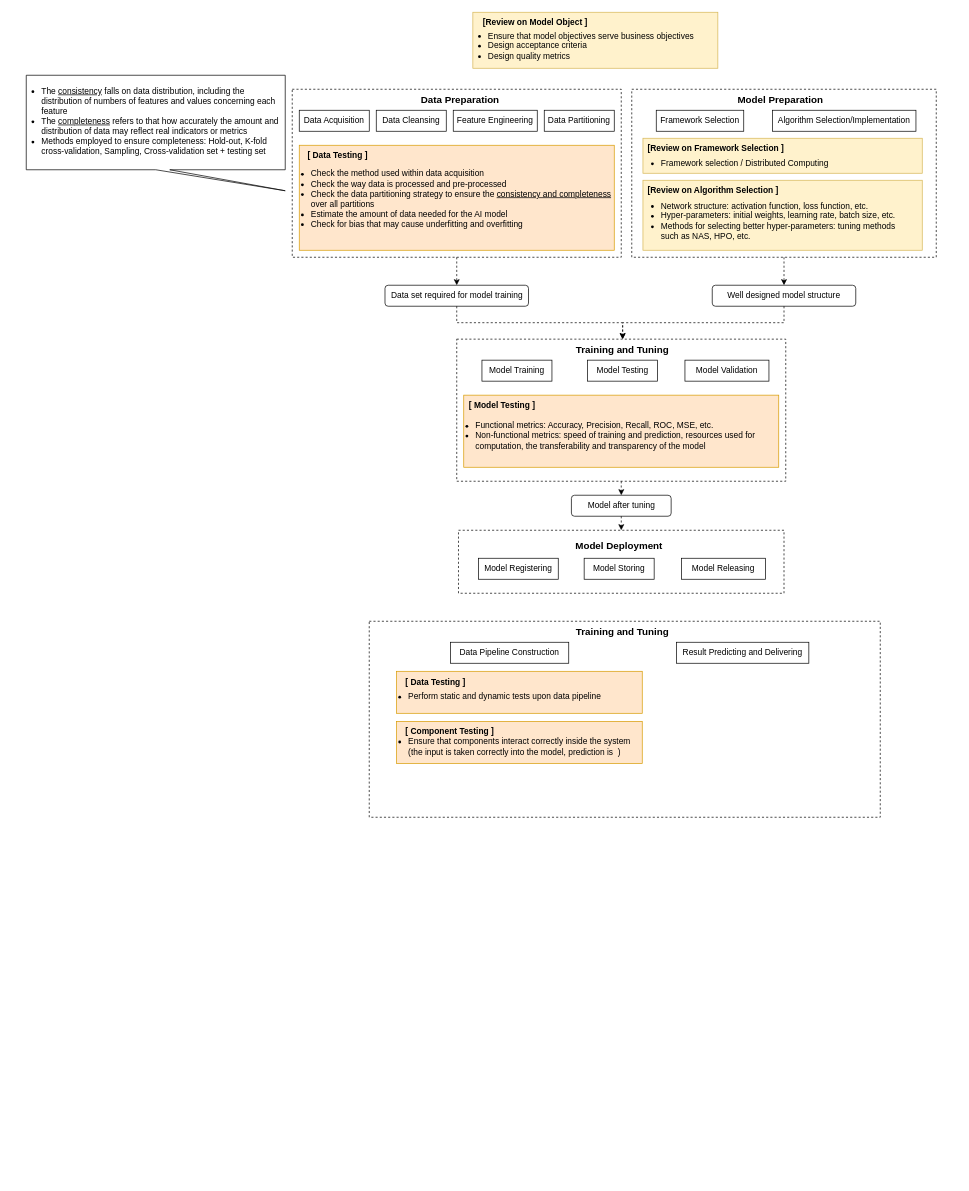
Earlier version of the draw.io diagram AI_system_lifecycle.drawio (herobrine1010/AISEng). Source tidied: cells renumbered, new cells numbered last; positions are measured from the earlier drawing's top-left corner, leaving out a move shared by most shapes. Both pictures are drawn from the tidied source at 70%, with x=0, y=0 at pixel (12, 12).
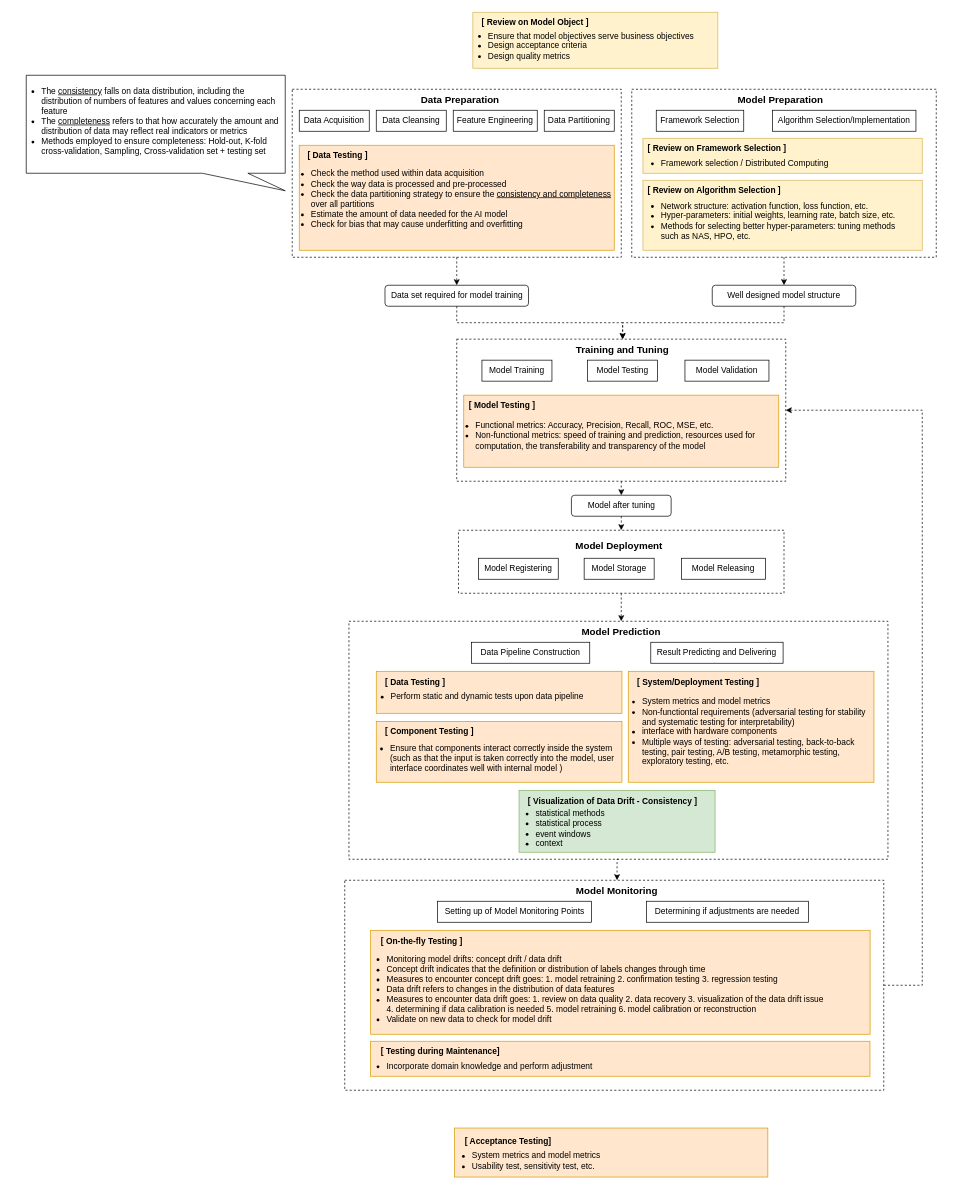
The same diagram, later.

The change refers to these unchanged cells:
```xml
<mxCell id="33" style="rounded=0;whiteSpace=wrap;html=1;fillColor=none;dashed=1;" parent="1" vertex="1">
  <mxGeometry x="635" y="467" width="470" height="203" as="geometry" />
</mxCell>
<mxCell id="43" style="rounded=0;whiteSpace=wrap;html=1;fillColor=none;dashed=1;" parent="1" vertex="1">
  <mxGeometry x="637.5" y="740" width="465" height="90" as="geometry" />
</mxCell>
```

Diff of the diagram source:
```diff
@@
-    <mxCell id="3" value="[Review on Model Object ]&amp;nbsp;" style="text;html=1;strokeColor=none;fillColor=none;align=center;verticalAlign=middle;whiteSpace=wrap;rounded=0;fontStyle=1;" parent="1" vertex="1">
+    <mxCell id="3" value="[ Review on Model Object ]&amp;nbsp;" style="text;html=1;strokeColor=none;fillColor=none;align=center;verticalAlign=middle;whiteSpace=wrap;rounded=0;fontStyle=1;" parent="1" vertex="1">
       <mxGeometry x="644" width="210" height="30" as="geometry" />
     </mxCell>
@@
-    <mxCell id="15" style="shape=callout;whiteSpace=wrap;html=1;perimeter=calloutPerimeter;position2=1;" parent="1" vertex="1">
+    <mxCell id="15" style="shape=callout;whiteSpace=wrap;html=1;perimeter=calloutPerimeter;position2=1;base=65;size=25;position=0.68;" parent="1" vertex="1">
       <mxGeometry x="20" y="90" width="370" height="165" as="geometry" />
     </mxCell>
@@
-    <mxCell id="23" value="[Review on Framework Selection ]&amp;nbsp;" style="text;html=1;strokeColor=none;fillColor=none;align=left;verticalAlign=middle;whiteSpace=wrap;rounded=0;fontStyle=1;" parent="1" vertex="1">
+    <mxCell id="23" value="[ Review on Framework Selection ]&amp;nbsp;" style="text;html=1;strokeColor=none;fillColor=none;align=left;verticalAlign=middle;whiteSpace=wrap;rounded=0;fontStyle=1;" parent="1" vertex="1">
       <mxGeometry x="906" y="180" width="210" height="30" as="geometry" />
     </mxCell>
@@
-    <mxCell id="26" value="[Review on Algorithm Selection ]&amp;nbsp;" style="text;html=1;strokeColor=none;fillColor=none;align=left;verticalAlign=middle;whiteSpace=wrap;rounded=0;fontStyle=1;" parent="1" vertex="1">
+    <mxCell id="26" value="[ Review on Algorithm Selection ]&amp;nbsp;" style="text;html=1;strokeColor=none;fillColor=none;align=left;verticalAlign=middle;whiteSpace=wrap;rounded=0;fontStyle=1;" parent="1" vertex="1">
       <mxGeometry x="906" y="240" width="210" height="30" as="geometry" />
     </mxCell>
@@
+    <mxCell id="58" style="edgeStyle=orthogonalEdgeStyle;rounded=0;jettySize=auto;html=1;exitX=0.5;exitY=1;exitDx=0;exitDy=0;entryX=0.5;entryY=0;entryDx=0;entryDy=0;dashed=1;" parent="1" edge="1" source="43" target="49">
+      <mxGeometry relative="1" as="geometry" />
+    </mxCell>
@@
-    <mxCell id="46" value="Model Storing" style="rounded=0;whiteSpace=wrap;html=1;" parent="1" vertex="1">
+    <mxCell id="46" value="Model Storage" style="rounded=0;whiteSpace=wrap;html=1;" parent="1" vertex="1">
       <mxGeometry x="817" y="780" width="100" height="30" as="geometry" />
     </mxCell>
@@
+    <mxCell id="59" style="edgeStyle=orthogonalEdgeStyle;rounded=0;jettySize=auto;html=1;exitX=0.5;exitY=1;exitDx=0;exitDy=0;entryX=0.5;entryY=0;entryDx=0;entryDy=0;dashed=1;" parent="1" edge="1" source="48" target="68">
+      <mxGeometry relative="1" as="geometry" />
+    </mxCell>
     <mxCell id="48" style="rounded=0;whiteSpace=wrap;html=1;fillColor=none;dashed=1;" parent="1" vertex="1">
-      <mxGeometry x="510" y="870" width="730" height="280" as="geometry" />
+      <mxGeometry x="481" y="870" width="770" height="340" as="geometry" />
     </mxCell>
-    <mxCell id="49" value="Training and Tuning" style="text;html=1;strokeColor=none;fillColor=none;align=center;verticalAlign=middle;whiteSpace=wrap;rounded=0;fontStyle=1;fontSize=14;" parent="1" vertex="1">
-      <mxGeometry x="795" y="870" width="154" height="30" as="geometry" />
+    <mxCell id="49" value="Model Prediction" style="text;html=1;strokeColor=none;fillColor=none;align=center;verticalAlign=middle;whiteSpace=wrap;rounded=0;fontStyle=1;fontSize=14;" parent="1" vertex="1">
+      <mxGeometry x="793" y="870" width="154" height="30" as="geometry" />
     </mxCell>
     <mxCell id="50" value="Data Pipeline Construction" style="rounded=0;whiteSpace=wrap;html=1;" parent="1" vertex="1">
-      <mxGeometry x="626" y="900" width="169" height="30" as="geometry" />
+      <mxGeometry x="656" y="900" width="169" height="30" as="geometry" />
     </mxCell>
     <mxCell id="51" value="Result Predicting and Delivering" style="rounded=0;whiteSpace=wrap;html=1;" parent="1" vertex="1">
-      <mxGeometry x="949" y="900" width="189" height="30" as="geometry" />
+      <mxGeometry x="912.2" y="900" width="189" height="30" as="geometry" />
     </mxCell>
     <mxCell id="52" style="rounded=0;whiteSpace=wrap;html=1;fillColor=#ffe6cc;strokeColor=#d79b00;" parent="1" vertex="1">
-      <mxGeometry x="549" y="941.5" width="351" height="60" as="geometry" />
+      <mxGeometry x="520" y="941.5" width="351" height="60" as="geometry" />
     </mxCell>
     <mxCell id="53" value="&lt;ul&gt;&lt;li&gt;Perform static and dynamic tests upon data pipeline&lt;/li&gt;&lt;/ul&gt;" style="text;html=1;strokeColor=none;fillColor=none;align=left;verticalAlign=middle;whiteSpace=wrap;rounded=0;" parent="1" vertex="1">
-      <mxGeometry x="524" y="953.5" width="420" height="48" as="geometry" />
+      <mxGeometry x="499" y="953.5" width="420" height="48" as="geometry" />
     </mxCell>
     <mxCell id="54" value="[ Data Testing ]" style="text;html=1;strokeColor=none;fillColor=none;align=left;verticalAlign=middle;whiteSpace=wrap;rounded=0;fontStyle=1;" parent="1" vertex="1">
-      <mxGeometry x="560" y="941.5" width="150" height="30" as="geometry" />
+      <mxGeometry x="531" y="941.5" width="150" height="30" as="geometry" />
     </mxCell>
     <mxCell id="55" style="rounded=0;whiteSpace=wrap;html=1;fillColor=#ffe6cc;strokeColor=#d79b00;" parent="1" vertex="1">
-      <mxGeometry x="549" y="1013" width="351" height="60" as="geometry" />
+      <mxGeometry x="520" y="1013" width="351" height="87" as="geometry" />
     </mxCell>
-    <mxCell id="56" value="&lt;ul&gt;&lt;li&gt;Ensure that components interact correctly inside the system (the input is taken correctly into the model, prediction is&amp;nbsp; )&lt;/li&gt;&lt;/ul&gt;" style="text;html=1;strokeColor=none;fillColor=none;align=left;verticalAlign=middle;whiteSpace=wrap;rounded=0;" parent="1" vertex="1">
-      <mxGeometry x="524" y="1025" width="376" height="48" as="geometry" />
+    <mxCell id="56" value="&lt;ul&gt;&lt;li&gt;Ensure that components interact correctly inside the system (such as that the input is taken correctly into the model, user interface coordinates well with internal model )&lt;/li&gt;&lt;/ul&gt;" style="text;html=1;strokeColor=none;fillColor=none;align=left;verticalAlign=middle;whiteSpace=wrap;rounded=0;" parent="1" vertex="1">
+      <mxGeometry x="498" y="1023" width="380" height="85" as="geometry" />
     </mxCell>
     <mxCell id="57" value="[ Component Testing ]" style="text;html=1;strokeColor=none;fillColor=none;align=left;verticalAlign=middle;whiteSpace=wrap;rounded=0;fontStyle=1;" parent="1" vertex="1">
-      <mxGeometry x="560" y="1013" width="150" height="30" as="geometry" />
+      <mxGeometry x="531" y="1013" width="150" height="30" as="geometry" />
     </mxCell>
+    <mxCell id="60" style="rounded=0;whiteSpace=wrap;html=1;fillColor=#ffe6cc;strokeColor=#d79b00;" parent="1" vertex="1">
+      <mxGeometry x="880" y="941.5" width="351" height="158.5" as="geometry" />
+    </mxCell>
+    <mxCell id="61" value="&lt;ul&gt;&lt;li&gt;System metrics and model metrics&lt;/li&gt;&lt;li&gt;Non-functiontal requirements (adversarial testing for stability and systematic testing for interpretability)&lt;/li&gt;&lt;li&gt;interface with hardware components&lt;/li&gt;&lt;li&gt;Multiple ways of testing: adversarial testing, back-to-back testing, pair testing, A/B testing, metamorphic testing, exploratory testing, etc.&lt;/li&gt;&lt;/ul&gt;" style="text;html=1;strokeColor=none;fillColor=none;align=left;verticalAlign=middle;whiteSpace=wrap;rounded=0;" parent="1" vertex="1">
+      <mxGeometry x="858" y="958.5" width="380" height="138.5" as="geometry" />
+    </mxCell>
+    <mxCell id="62" value="[ System/Deployment Testing ]" style="text;html=1;strokeColor=none;fillColor=none;align=left;verticalAlign=middle;whiteSpace=wrap;rounded=0;fontStyle=1;" parent="1" vertex="1">
+      <mxGeometry x="891" y="941.5" width="200" height="30" as="geometry" />
+    </mxCell>
+    <mxCell id="63" style="rounded=0;whiteSpace=wrap;html=1;fillColor=#d5e8d4;strokeColor=#82b366;" parent="1" vertex="1">
+      <mxGeometry x="724" y="1111.5" width="280" height="88.5" as="geometry" />
+    </mxCell>
+    <mxCell id="64" value="[ Visualization of Data Drift - Consistency ]" style="text;html=1;strokeColor=none;fillColor=none;align=left;verticalAlign=middle;whiteSpace=wrap;rounded=0;fontStyle=1;" parent="1" vertex="1">
+      <mxGeometry x="735" y="1111.5" width="249" height="30" as="geometry" />
+    </mxCell>
+    <mxCell id="65" value="&lt;ul&gt;&lt;li&gt;statistical methods&lt;br&gt;&lt;/li&gt;&lt;li&gt;statistical process&lt;br&gt;&lt;/li&gt;&lt;li&gt;event windows&lt;/li&gt;&lt;li&gt;context&lt;/li&gt;&lt;/ul&gt;" style="text;html=1;strokeColor=none;fillColor=none;align=left;verticalAlign=middle;whiteSpace=wrap;rounded=0;" parent="1" vertex="1">
+      <mxGeometry x="706" y="1121.5" width="380" height="88.5" as="geometry" />
+    </mxCell>
+    <mxCell id="66" style="edgeStyle=orthogonalEdgeStyle;rounded=0;jettySize=auto;html=1;exitX=1;exitY=0.5;exitDx=0;exitDy=0;entryX=1;entryY=0.5;entryDx=0;entryDy=0;dashed=1;" parent="1" edge="1" source="67" target="33">
+      <mxGeometry relative="1" as="geometry">
+        <Array as="points">
+          <mxPoint x="1300" y="1390" />
+          <mxPoint x="1300" y="568" />
+        </Array>
+      </mxGeometry>
+    </mxCell>
+    <mxCell id="67" style="rounded=0;whiteSpace=wrap;html=1;fillColor=none;dashed=1;" parent="1" vertex="1">
+      <mxGeometry x="475" y="1240" width="770" height="300" as="geometry" />
+    </mxCell>
+    <mxCell id="68" value="Model Monitoring" style="text;html=1;strokeColor=none;fillColor=none;align=center;verticalAlign=middle;whiteSpace=wrap;rounded=0;fontStyle=1;fontSize=14;" parent="1" vertex="1">
+      <mxGeometry x="787" y="1240" width="154" height="30" as="geometry" />
+    </mxCell>
+    <mxCell id="69" value="Setting up of Model Monitoring Points" style="rounded=0;whiteSpace=wrap;html=1;" parent="1" vertex="1">
+      <mxGeometry x="607.5" y="1270" width="220" height="30" as="geometry" />
+    </mxCell>
+    <mxCell id="70" value="Determining if adjustments are needed" style="rounded=0;whiteSpace=wrap;html=1;" parent="1" vertex="1">
+      <mxGeometry x="906.2" y="1270" width="231.2" height="30" as="geometry" />
+    </mxCell>
+    <mxCell id="71" style="rounded=0;whiteSpace=wrap;html=1;fillColor=#ffe6cc;strokeColor=#d79b00;" parent="1" vertex="1">
+      <mxGeometry x="512" y="1311.5" width="713.5" height="148.5" as="geometry" />
+    </mxCell>
+    <mxCell id="72" value="&lt;ul&gt;&lt;li&gt;Monitoring model drifts: concept drift / data drift&lt;/li&gt;&lt;li&gt;Concept drift indicates that the definition or distribution of labels changes through time&lt;/li&gt;&lt;li&gt;Measures to encounter concept drift goes: 1. model retraining 2. confirmation testing 3. regression testing&lt;/li&gt;&lt;li&gt;Data drift refers to changes in the distribution of data features&lt;/li&gt;&lt;li&gt;Measures to encounter data drift goes: 1. review on data quality 2. data recovery 3. visualization of the data drift issue&amp;nbsp; &amp;nbsp; &amp;nbsp; &amp;nbsp; &amp;nbsp; &amp;nbsp; &amp;nbsp; &amp;nbsp; &amp;nbsp; 4. determining if data calibration is needed 5. model retraining 6. model&amp;nbsp;calibration or reconstruction&lt;br&gt;&lt;/li&gt;&lt;li&gt;Validate on new data to check for model drift&lt;/li&gt;&lt;/ul&gt;" style="text;html=1;strokeColor=none;fillColor=none;align=left;verticalAlign=middle;whiteSpace=wrap;rounded=0;" parent="1" vertex="1">
+      <mxGeometry x="493" y="1337.5" width="734.5" height="116.5" as="geometry" />
+    </mxCell>
+    <mxCell id="73" value="[&amp;nbsp;On-the-fly Testing ]" style="text;html=1;strokeColor=none;fillColor=none;align=left;verticalAlign=middle;whiteSpace=wrap;rounded=0;fontStyle=1;" parent="1" vertex="1">
+      <mxGeometry x="525" y="1311.5" width="150" height="30" as="geometry" />
+    </mxCell>
+    <mxCell id="74" style="rounded=0;whiteSpace=wrap;html=1;fillColor=#ffe6cc;strokeColor=#d79b00;" parent="1" vertex="1">
+      <mxGeometry x="511.8" y="1470" width="713.5" height="50" as="geometry" />
+    </mxCell>
+    <mxCell id="75" value="&lt;ul&gt;&lt;li&gt;Incorporate&amp;nbsp;domain knowledge and perform adjustment&lt;/li&gt;&lt;/ul&gt;" style="text;html=1;strokeColor=none;fillColor=none;align=left;verticalAlign=middle;whiteSpace=wrap;rounded=0;" parent="1" vertex="1">
+      <mxGeometry x="492.8" y="1496" width="734.5" height="20" as="geometry" />
+    </mxCell>
+    <mxCell id="76" value="[ Testing during Maintenance]" style="text;html=1;strokeColor=none;fillColor=none;align=left;verticalAlign=middle;whiteSpace=wrap;rounded=0;fontStyle=1;" parent="1" vertex="1">
+      <mxGeometry x="524.8" y="1470" width="242.7" height="30" as="geometry" />
+    </mxCell>
+    <mxCell id="77" style="rounded=0;whiteSpace=wrap;html=1;fillColor=#ffe6cc;strokeColor=#d79b00;" parent="1" vertex="1">
+      <mxGeometry x="631.7" y="1594" width="447.7" height="70" as="geometry" />
+    </mxCell>
+    <mxCell id="78" value="&lt;ul&gt;&lt;li style=&quot;border-color: var(--border-color);&quot;&gt;System metrics and model metrics&lt;/li&gt;&lt;li style=&quot;border-color: var(--border-color);&quot;&gt;Usability test, sensitivity test, etc.&lt;br&gt;&lt;/li&gt;&lt;/ul&gt;" style="text;html=1;strokeColor=none;fillColor=none;align=left;verticalAlign=middle;whiteSpace=wrap;rounded=0;" parent="1" vertex="1">
+      <mxGeometry x="615.3" y="1631" width="734.5" height="20" as="geometry" />
+    </mxCell>
+    <mxCell id="79" value="[ Acceptance&amp;nbsp;Testing]" style="text;html=1;strokeColor=none;fillColor=none;align=left;verticalAlign=middle;whiteSpace=wrap;rounded=0;fontStyle=1;" parent="1" vertex="1">
+      <mxGeometry x="644.7" y="1598" width="312.7" height="30" as="geometry" />
+    </mxCell>
```
